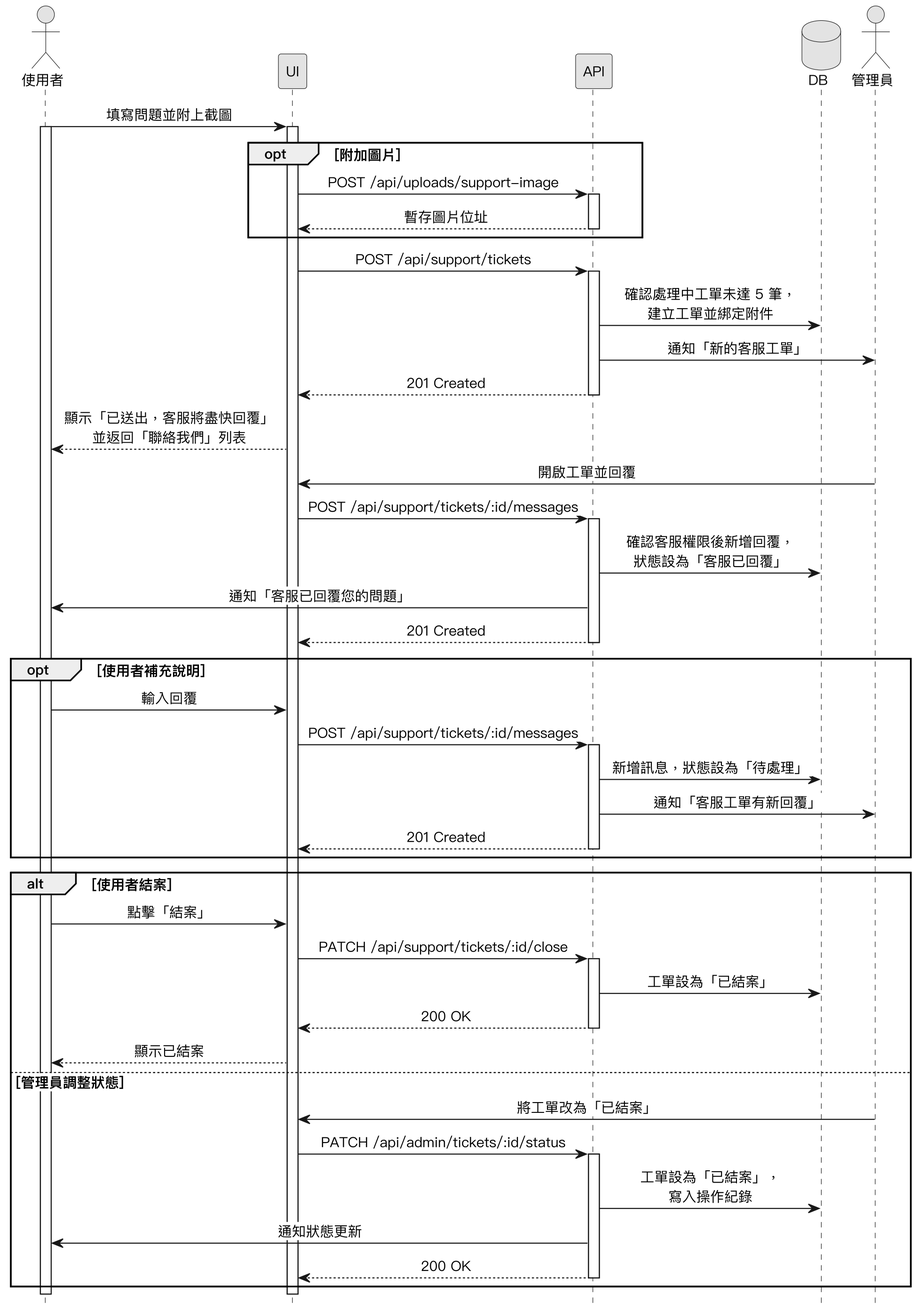
Before: Diagrams/Sequence Diagrams/v3/seq_support_ticket.png, a diagram exported from PlantUML (SaveMyBook/SaveMyBook).
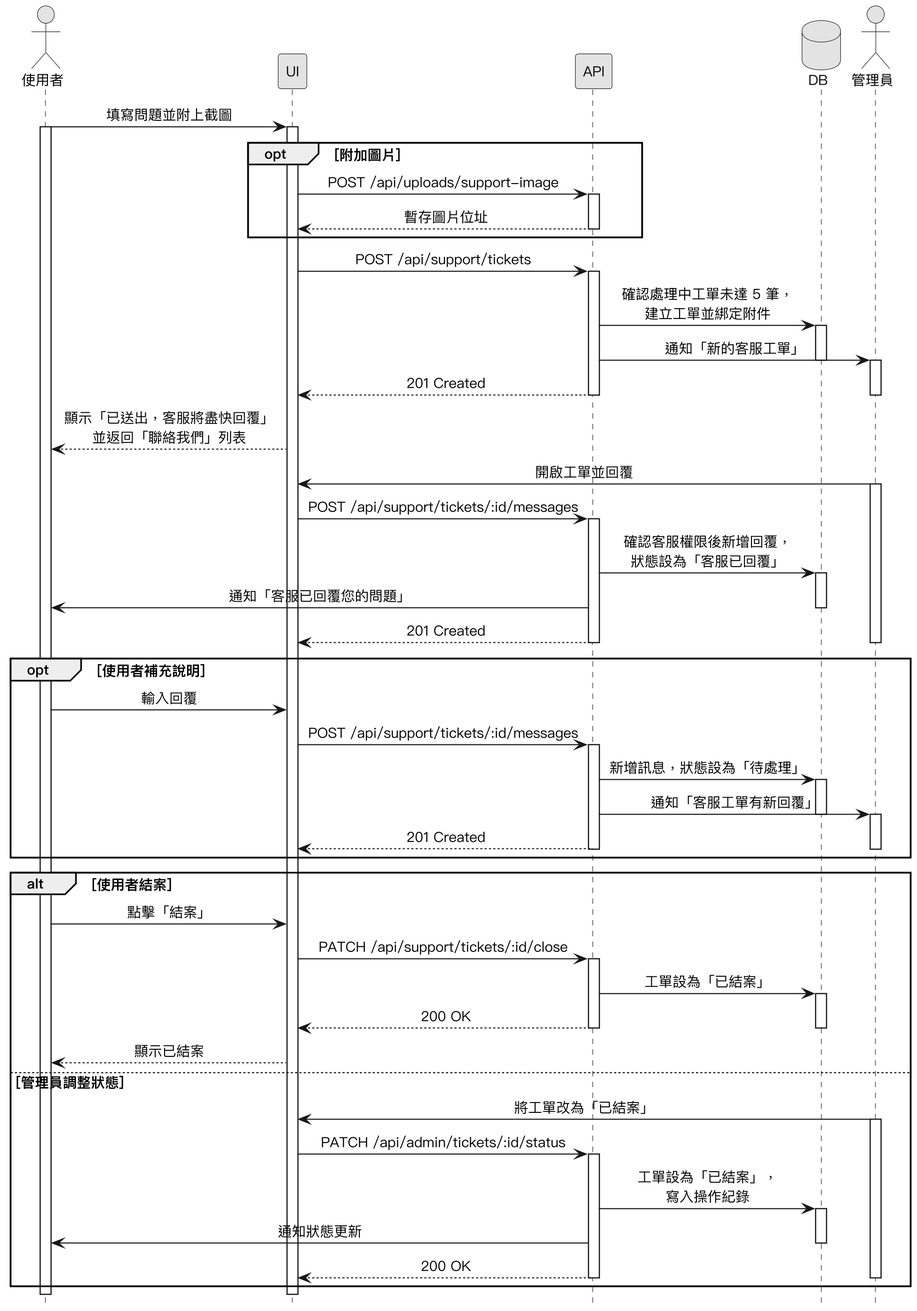
After the commit.

What changed in the source:
```diff
@@ -26,26 +26,38 @@
 UI -> API : POST /api/support/tickets
 activate API
 API -> DB : 確認處理中工單未達 5 筆，\n建立工單並綁定附件
+activate DB
 API -> 管理員 : 通知「新的客服工單」
+deactivate DB
+activate 管理員
 API --> UI : 201 Created
+deactivate 管理員
 deactivate API
 UI --> 使用者 : 顯示「已送出，客服將盡快回覆」\n並返回「聯絡我們」列表
 
 管理員 -> UI : 開啟工單並回覆
+activate 管理員
 UI -> API : POST /api/support/tickets/:id/messages
 activate API
 API -> DB : 確認客服權限後新增回覆，\n狀態設為「客服已回覆」
+activate DB
 API -> 使用者 : 通知「客服已回覆您的問題」
+deactivate DB
 API --> UI : 201 Created
 deactivate API
+deactivate 管理員
 
 opt 使用者補充說明
   使用者 -> UI : 輸入回覆
   UI -> API : POST /api/support/tickets/:id/messages
   activate API
   API -> DB : 新增訊息，狀態設為「待處理」
+  activate DB
   API -> 管理員 : 通知「客服工單有新回覆」
+  deactivate DB
+  activate 管理員
   API --> UI : 201 Created
+  deactivate 管理員
   deactivate API
 end
 
@@ -54,17 +66,23 @@
   UI -> API : PATCH /api/support/tickets/:id/close
   activate API
   API -> DB : 工單設為「已結案」
+  activate DB
   API --> UI : 200 OK
+  deactivate DB
   deactivate API
   UI --> 使用者 : 顯示已結案
 else 管理員調整狀態
   管理員 -> UI : 將工單改為「已結案」
+  activate 管理員
   UI -> API : PATCH /api/admin/tickets/:id/status
   activate API
   API -> DB : 工單設為「已結案」，\n寫入操作紀錄
+  activate DB
   API -> 使用者 : 通知狀態更新
+  deactivate DB
   API --> UI : 200 OK
   deactivate API
+  deactivate 管理員
 end
 deactivate UI
 deactivate 使用者
```
